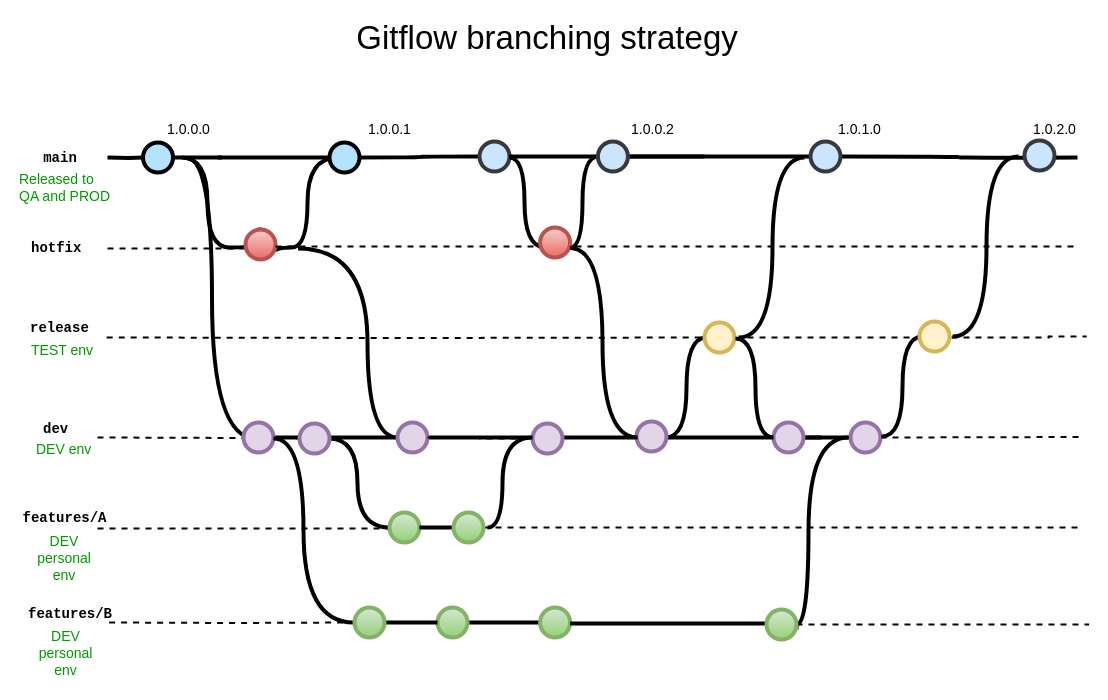
pivko4life/workstuff keeps this draw.io diagram as Gitflow branching strategy diagram.drawio. Above is the earlier version. Source tidied: cells renumbered, new cells numbered last; positions are measured from the earlier drawing's top-left corner, leaving out a move shared by most shapes. Both pictures are drawn from the tidied source at 100%, with x=0, y=0 at pixel (17, 17).
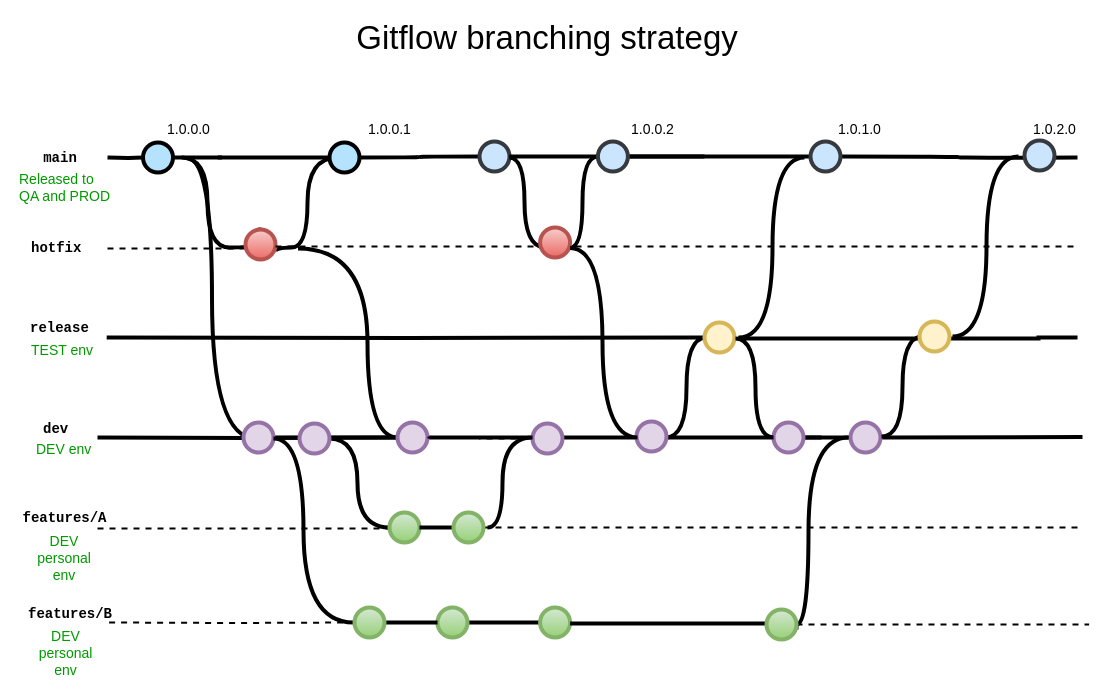
Above is the later version.

The change refers to these unchanged cells:
```xml
<mxCell id="43" style="verticalLabelPosition=bottom;verticalAlign=top;html=1;strokeWidth=4;shape=mxgraph.flowchart.on-page_reference;fillColor=#e1d5e7;strokeColor=#9673a6;" parent="1" vertex="1">
  <mxGeometry x="380" y="405" width="30" height="30" as="geometry" />
</mxCell>
<mxCell id="57" style="verticalLabelPosition=bottom;verticalAlign=top;html=1;strokeWidth=4;shape=mxgraph.flowchart.on-page_reference;fillColor=#fff2cc;strokeColor=#d6b656;" parent="1" vertex="1">
  <mxGeometry x="687" y="305" width="30" height="30" as="geometry" />
</mxCell>
<mxCell id="71" style="verticalLabelPosition=bottom;verticalAlign=top;html=1;strokeWidth=4;shape=mxgraph.flowchart.on-page_reference;fillColor=#e1d5e7;strokeColor=#9673a6;" parent="1" vertex="1">
  <mxGeometry x="833" y="405" width="30" height="30" as="geometry" />
</mxCell>
```

The edit, as a diff of the source:
```diff
@@
-    <mxCell id="35" style="edgeStyle=orthogonalEdgeStyle;rounded=0;html=1;jettySize=auto;orthogonalLoop=1;plain-blue;endArrow=none;endFill=0;strokeWidth=2;strokeColor=#000000;startArrow=none;dashed=1;" parent="1" edge="1">
-      <mxGeometry x="-108.2" y="376" as="geometry">
-        <mxPoint x="730" y="320" as="sourcePoint" />
-        <mxPoint x="1069.2" y="319" as="targetPoint" />
+    <mxCell id="35" style="edgeStyle=orthogonalEdgeStyle;rounded=0;html=1;jettySize=auto;orthogonalLoop=1;plain-blue;endArrow=none;endFill=0;strokeWidth=4;strokeColor=#000000;startArrow=none;" parent="1" edge="1">
+      <mxGeometry x="-118.2" y="377" as="geometry">
+        <mxPoint x="720" y="321" as="sourcePoint" />
+        <mxPoint x="1060" y="320" as="targetPoint" />
         <Array as="points">
-          <mxPoint x="1031.2" y="319" />
+          <mxPoint x="1021" y="321" />
         </Array>
       </mxGeometry>
     </mxCell>
-    <mxCell id="36" style="edgeStyle=orthogonalEdgeStyle;rounded=0;html=1;jettySize=auto;plain-blue;endArrow=none;endFill=0;strokeWidth=2;strokeColor=#000000;startArrow=none;dashed=1;exitX=1;exitY=0.5;exitDx=0;exitDy=0;exitPerimeter=0;" parent="1" edge="1" source="71">
+    <mxCell id="36" style="edgeStyle=orthogonalEdgeStyle;rounded=0;html=1;jettySize=auto;plain-blue;endArrow=none;endFill=0;strokeWidth=4;strokeColor=#000000;startArrow=none;exitX=1;exitY=0.5;exitDx=0;exitDy=0;exitPerimeter=0;" parent="1" edge="1" source="71">
       <mxGeometry x="-104.4" y="476.5" as="geometry">
         <mxPoint x="1065" y="419.5" as="targetPoint" />
         <Array as="points">
           <mxPoint x="870" y="420" />
           <mxPoint x="1035" y="420" />
         </Array>
       </mxGeometry>
     </mxCell>
@@
-    <mxCell id="42" style="edgeStyle=orthogonalEdgeStyle;rounded=0;html=1;jettySize=auto;plain-blue;endArrow=none;endFill=0;strokeWidth=2;strokeColor=#000000;startArrow=none;dashed=1;" parent="1" edge="1" target="43">
+    <mxCell id="42" style="edgeStyle=orthogonalEdgeStyle;rounded=0;html=1;jettySize=auto;plain-blue;endArrow=none;endFill=0;strokeWidth=4;strokeColor=#000000;startArrow=none;" parent="1" edge="1" target="43">
       <mxGeometry x="-109.4" y="475" as="geometry">
         <mxPoint x="80" y="420" as="sourcePoint" />
       </mxGeometry>
     </mxCell>
@@
-    <mxCell id="56" style="edgeStyle=orthogonalEdgeStyle;rounded=0;html=1;jettySize=auto;plain-blue;endArrow=none;endFill=0;strokeWidth=2;strokeColor=#000000;startArrow=none;dashed=1;" parent="1" edge="1" target="57">
+    <mxCell id="56" style="edgeStyle=orthogonalEdgeStyle;rounded=0;html=1;jettySize=auto;plain-blue;endArrow=none;endFill=0;strokeWidth=4;strokeColor=#000000;startArrow=none;" parent="1" edge="1" target="57">
       <mxGeometry x="-108.2" y="376" as="geometry">
         <mxPoint x="89.2" y="320" as="sourcePoint" />
       </mxGeometry>
     </mxCell>
```
